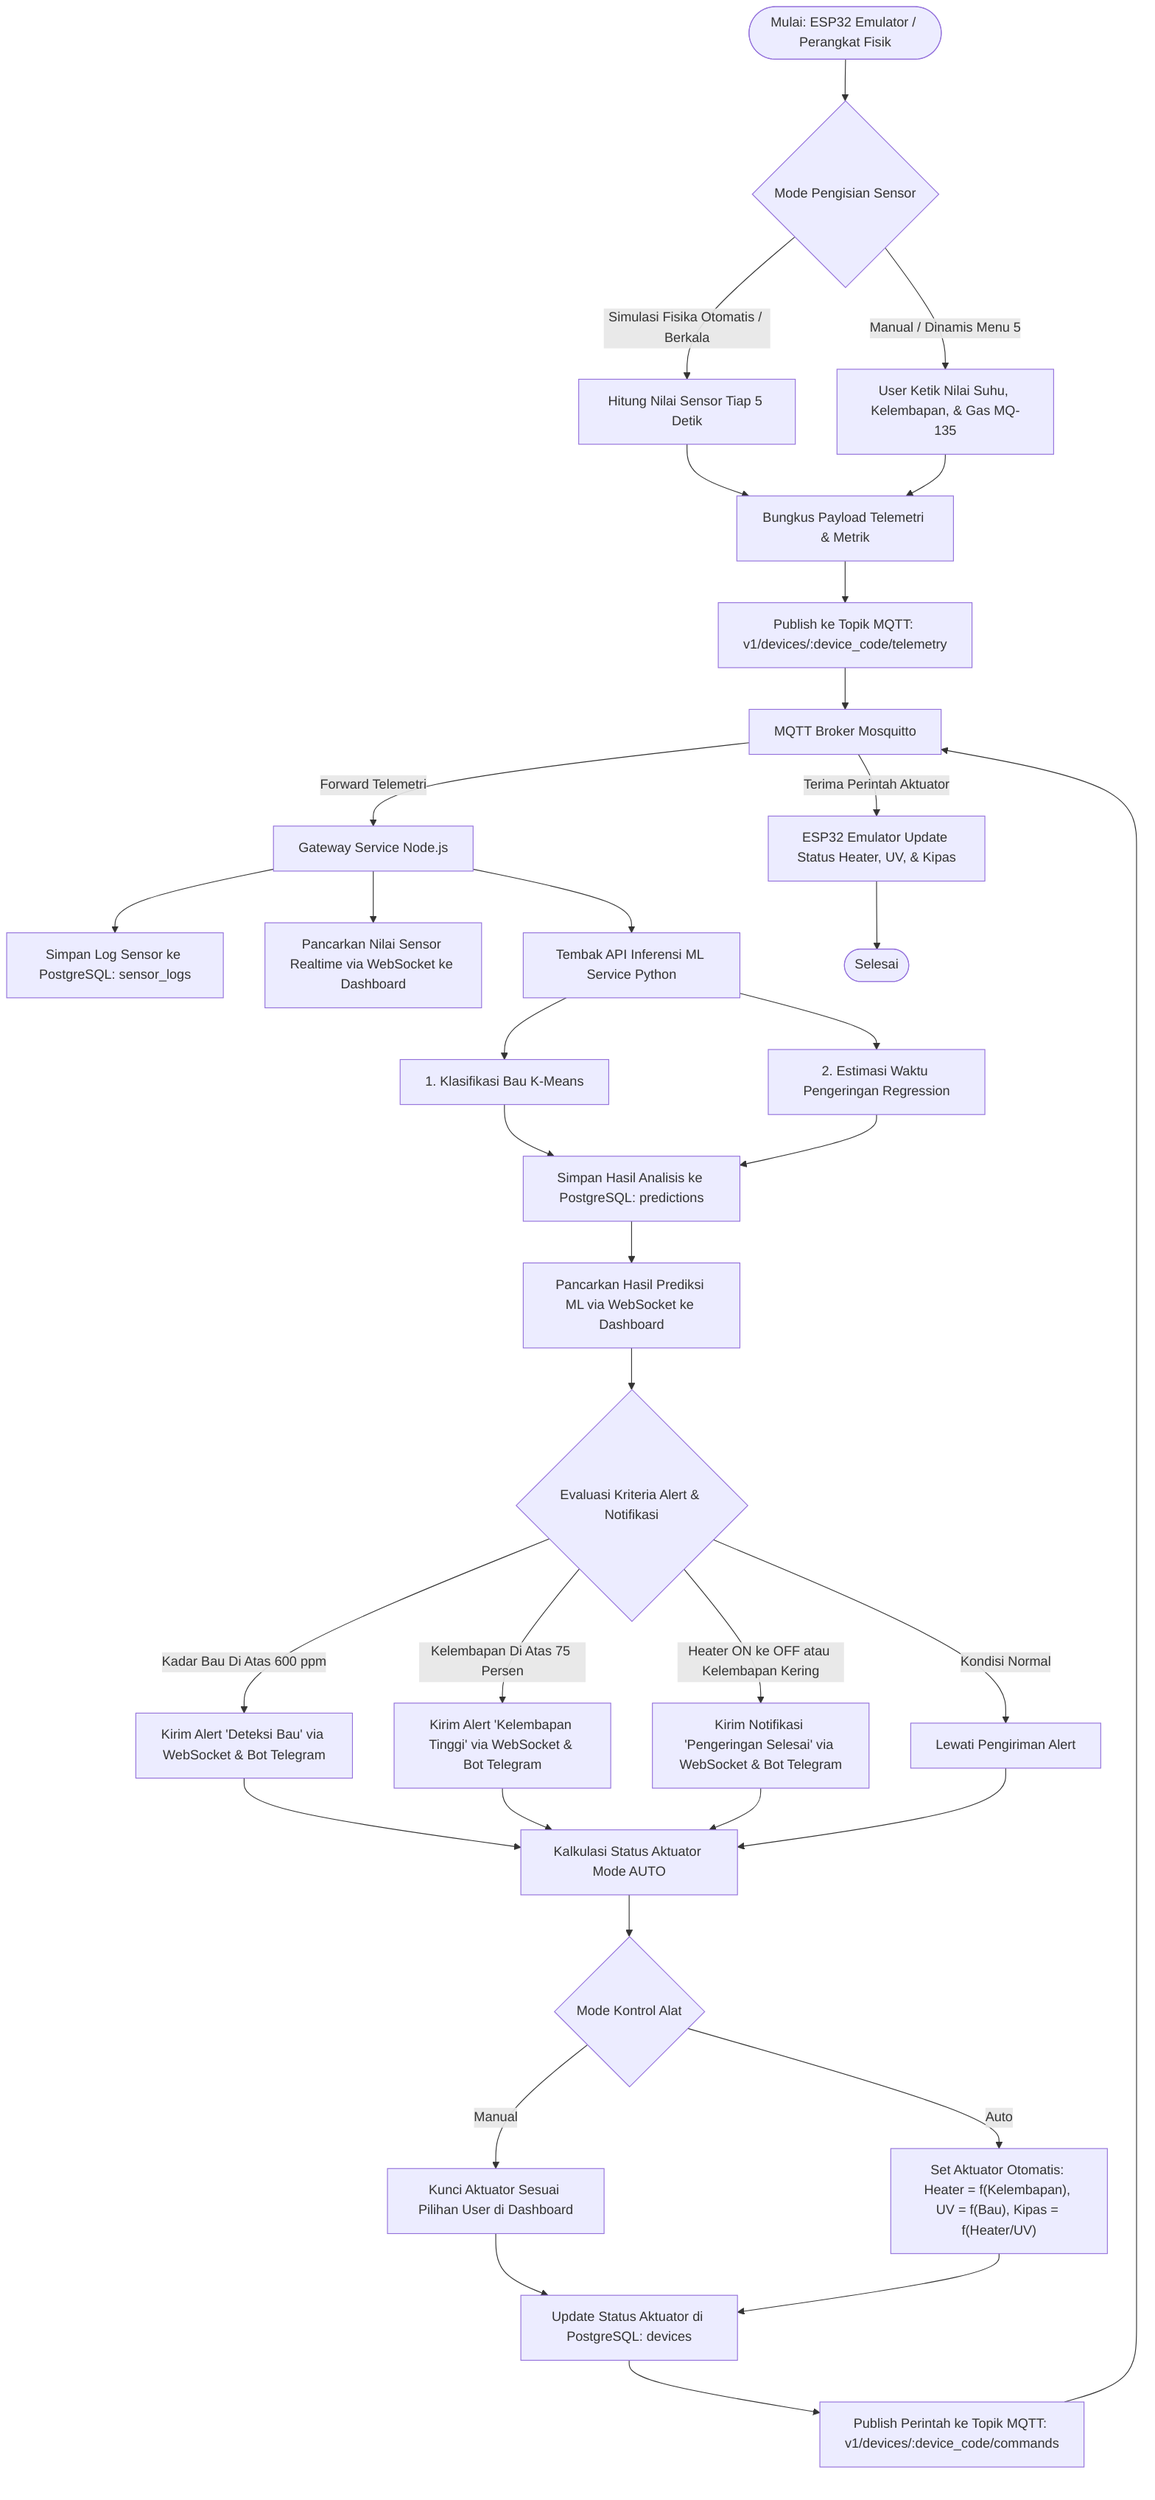
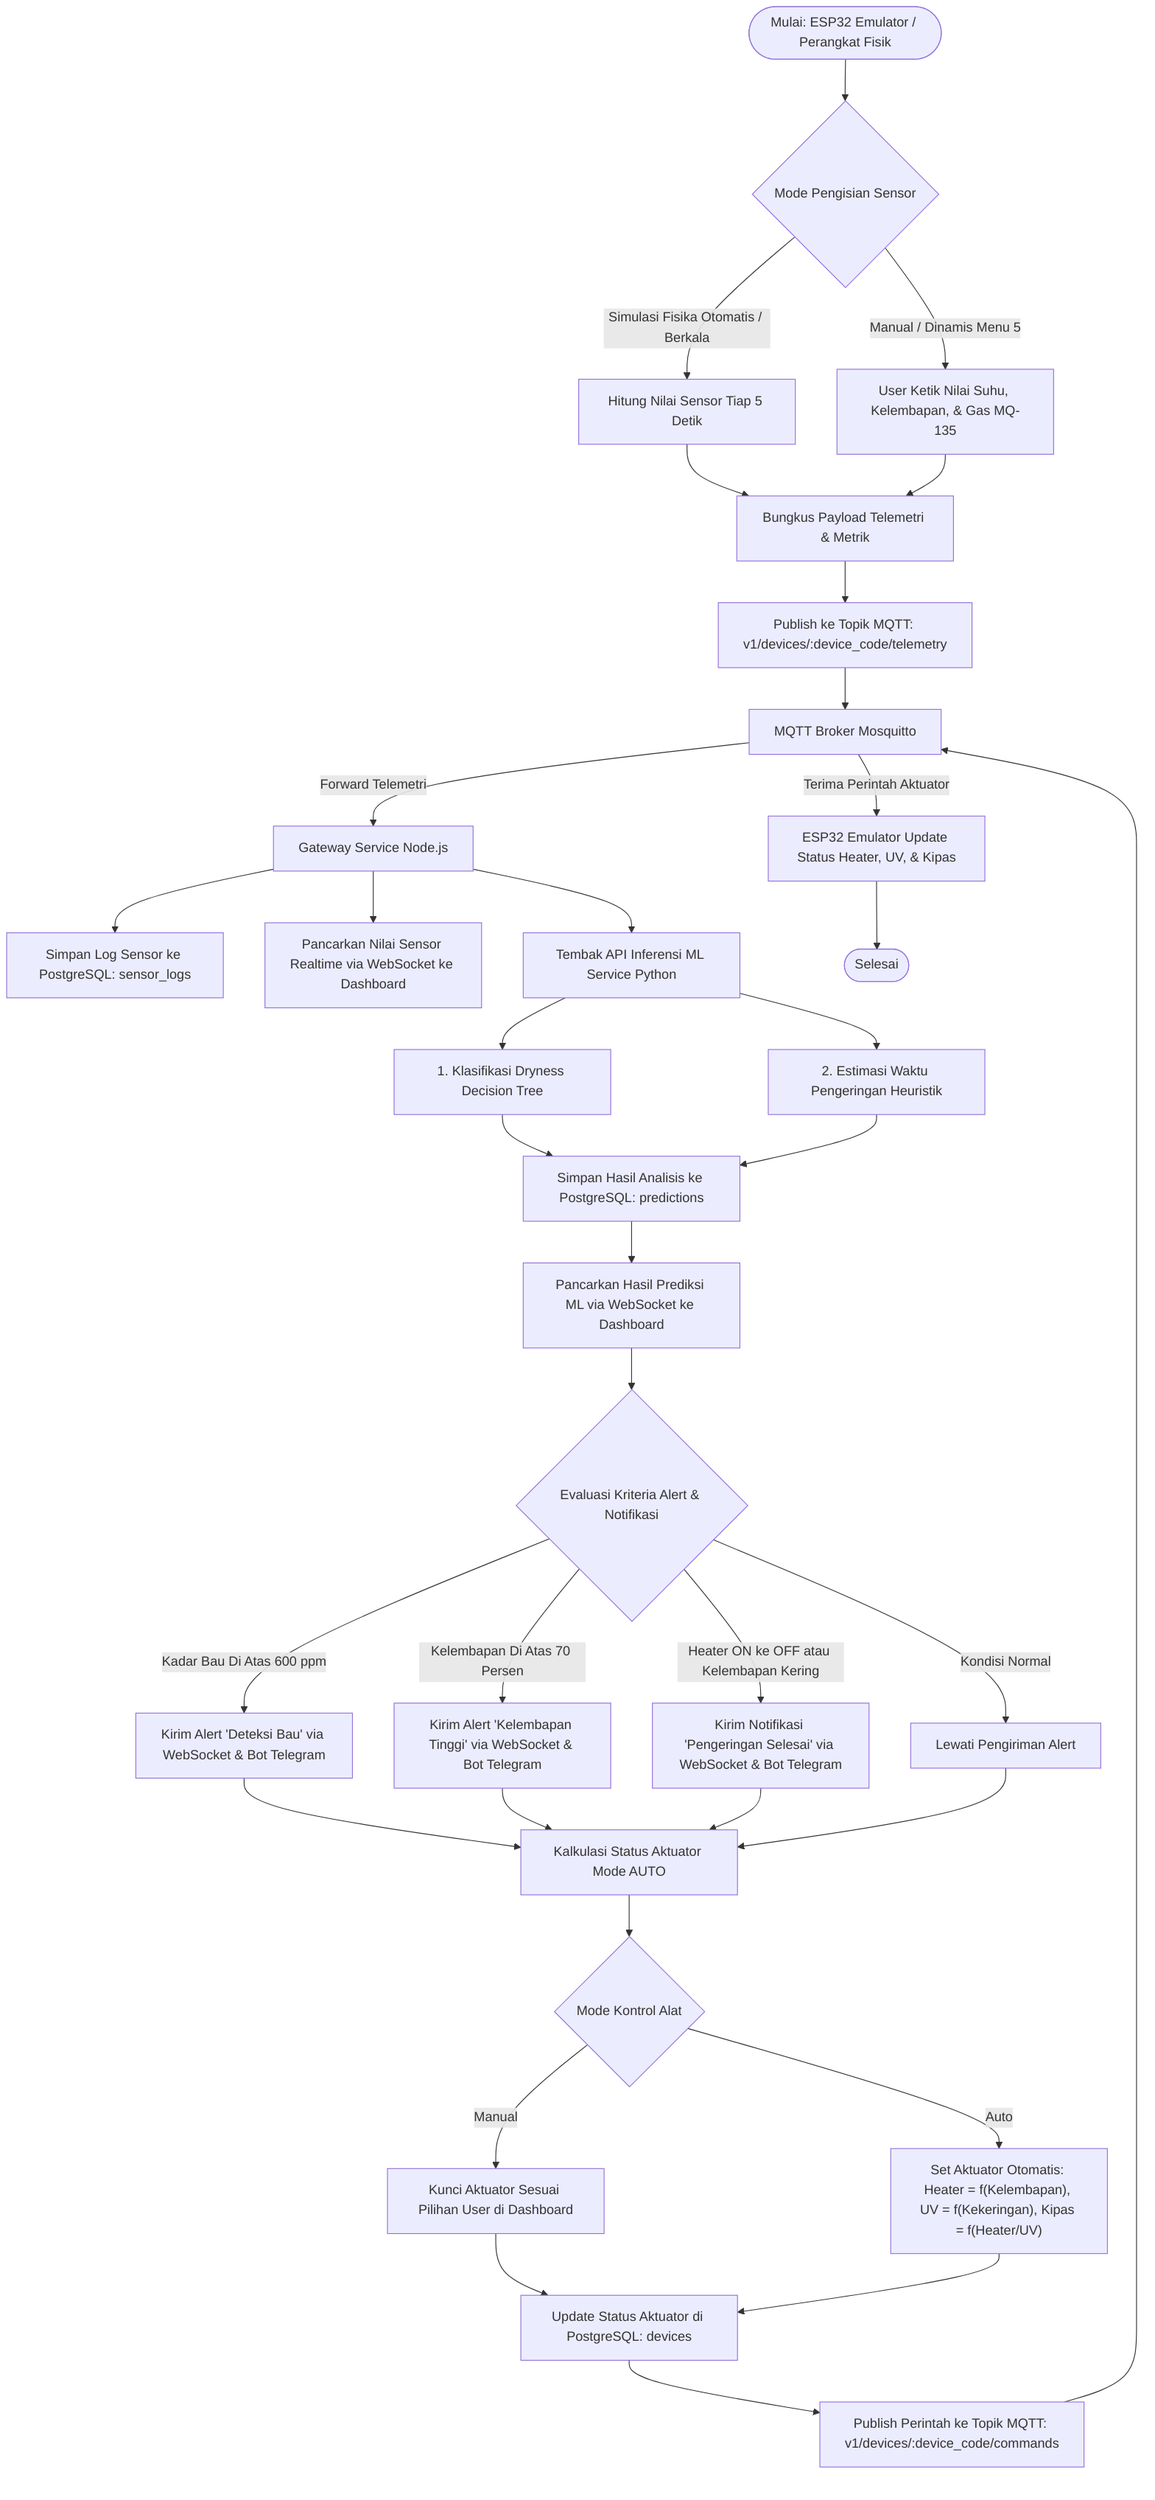
graph TD
    %% Define Nodes and Relationships with safe double quotes to avoid parser errors
    Start([Mulai: ESP32 Emulator / Perangkat Fisik]) --> ModeSensor{Mode Pengisian Sensor}

    ModeSensor -->|Simulasi Fisika Otomatis / Berkala| SensorAuto["Hitung Nilai Sensor Tiap 5 Detik"]
    ModeSensor -->|Manual / Dinamis Menu 5| SensorCustom["User Ketik Nilai Suhu, Kelembapan, & Gas MQ-135"]

    SensorAuto --> PackPayload["Bungkus Payload Telemetri & Metrik"]
    SensorCustom --> PackPayload

    PackPayload --> PublishMQTT["Publish ke Topik MQTT: v1/devices/:device_code/telemetry"]

    PublishMQTT --> Broker["MQTT Broker Mosquitto"]

    Broker -->|Forward Telemetri| Gateway["Gateway Service Node.js"]

    Gateway --> SaveDB["Simpan Log Sensor ke PostgreSQL: sensor_logs"]
    Gateway --> WSRaw["Pancarkan Nilai Sensor Realtime via WebSocket ke Dashboard"]

    Gateway --> CallML["Tembak API Inferensi ML Service Python"]

-     CallML --> MLSmell["1. Klasifikasi Bau K-Means"]
-     CallML --> MLDrying["2. Estimasi Waktu Pengeringan Regression"]
+     CallML --> MLSmell["1. Klasifikasi Dryness Decision Tree"]
+     CallML --> MLDrying["2. Estimasi Waktu Pengeringan Heuristik"]

    MLSmell --> SavePred["Simpan Hasil Analisis ke PostgreSQL: predictions"]
    MLDrying --> SavePred

    SavePred --> WSPred["Pancarkan Hasil Prediksi ML via WebSocket ke Dashboard"]

    WSPred --> CheckTriggers{Evaluasi Kriteria Alert & Notifikasi}

    %% Triggers Check (Safe text without special characters like '>' or '%')
    CheckTriggers -->|Kadar Bau Di Atas 600 ppm| SmellAlert["Kirim Alert 'Deteksi Bau' via WebSocket & Bot Telegram"]
-     CheckTriggers -->|Kelembapan Di Atas 75 Persen| WetAlert["Kirim Alert 'Kelembapan Tinggi' via WebSocket & Bot Telegram"]
+     CheckTriggers -->|Kelembapan Di Atas 70 Persen| WetAlert["Kirim Alert 'Kelembapan Tinggi' via WebSocket & Bot Telegram"]
    CheckTriggers -->|Heater ON ke OFF atau Kelembapan Kering| DryAlert["Kirim Notifikasi 'Pengeringan Selesai' via WebSocket & Bot Telegram"]
    CheckTriggers -->|Kondisi Normal| NormalFlow["Lewati Pengiriman Alert"]

    SmellAlert --> CalcAutoActuators["Kalkulasi Status Aktuator Mode AUTO"]
    WetAlert --> CalcAutoActuators
    DryAlert --> CalcAutoActuators
    NormalFlow --> CalcAutoActuators

    %% Actuation Control
    CalcAutoActuators --> ModeControl{Mode Kontrol Alat}

    ModeControl -->|Manual| ActManual["Kunci Aktuator Sesuai Pilihan User di Dashboard"]
-     ModeControl -->|Auto| ActAuto["Set Aktuator Otomatis: Heater = f(Kelembapan), UV = f(Bau), Kipas = f(Heater/UV)"]
+     ModeControl -->|Auto| ActAuto["Set Aktuator Otomatis: Heater = f(Kelembapan), UV = f(Kekeringan), Kipas = f(Heater/UV)"]

    ActManual --> SaveDeviceState["Update Status Aktuator di PostgreSQL: devices"]
    ActAuto --> SaveDeviceState

    SaveDeviceState --> PublishCommands["Publish Perintah ke Topik MQTT: v1/devices/:device_code/commands"]

    PublishCommands --> Broker

    Broker -->|Terima Perintah Aktuator| ESPRecv["ESP32 Emulator Update Status Heater, UV, & Kipas"]

    ESPRecv --> End([Selesai])
